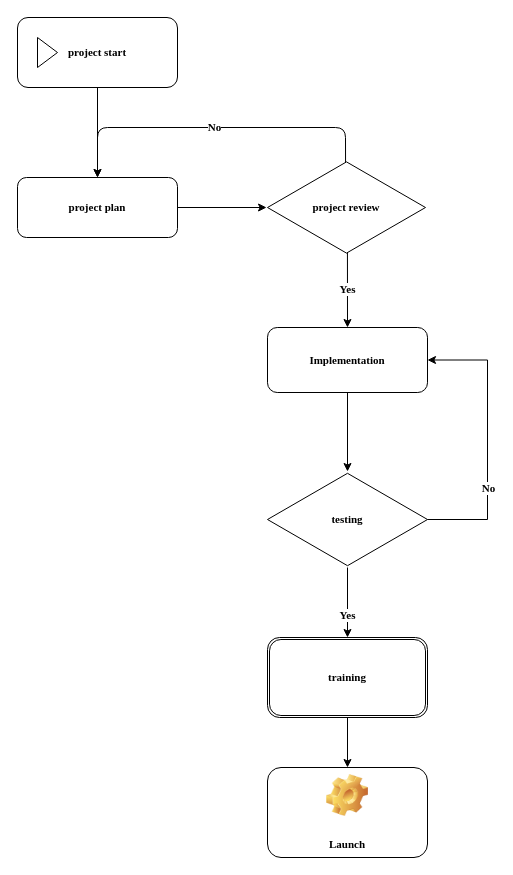
Above: Untitled Diagram.drawio in frankyzf/drawio (draw.io), before the change. Source tidied: cells renumbered, new cells numbered last; positions are measured from the earlier drawing's top-left corner, leaving out a move shared by most shapes. Both pictures are drawn from the tidied source at 100%, with x=0, y=0 at pixel (17, 17).
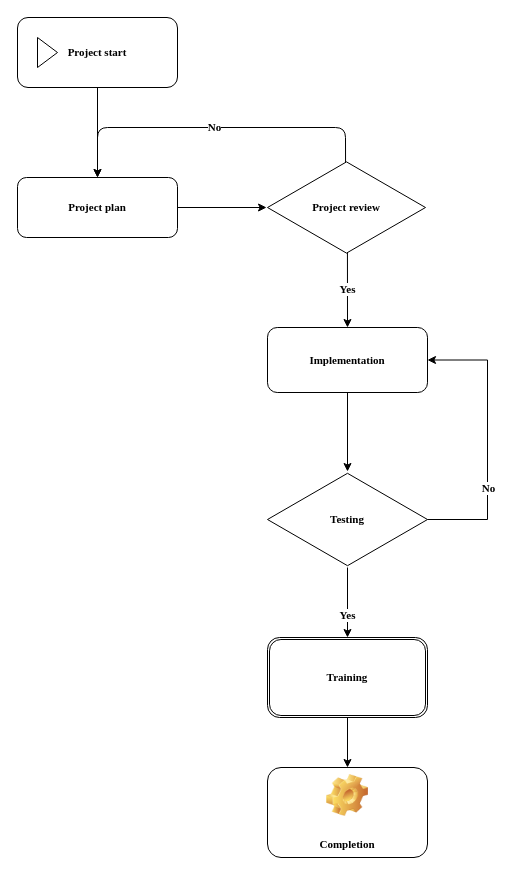
The same diagram, later.

Diff of the diagram source:
```diff
@@
-    <mxCell id="2" value="project plan" style="shape=ext;double=0;rounded=1;whiteSpace=wrap;html=1;fillColor=none;strokeColor=#000000;fontSize=11;fontFamily=Times New Roman;fontStyle=1;" parent="1" vertex="1">
+    <mxCell id="2" value="Project plan" style="shape=ext;double=0;rounded=1;whiteSpace=wrap;html=1;fillColor=none;strokeColor=#000000;fontSize=11;fontFamily=Times New Roman;fontStyle=1;" parent="1" vertex="1">
       <mxGeometry y="160" width="160" height="60" as="geometry" />
     </mxCell>
-    <mxCell id="3" value="project start" style="html=1;whiteSpace=wrap;rounded=1;fontSize=11;fontFamily=Times New Roman;fontStyle=1;" parent="1" vertex="1">
+    <mxCell id="3" value="Project start" style="html=1;whiteSpace=wrap;rounded=1;fontSize=11;fontFamily=Times New Roman;fontStyle=1;" parent="1" vertex="1">
       <mxGeometry width="160" height="70" as="geometry" />
     </mxCell>
@@
-    <mxCell id="5" value="project review" style="html=1;whiteSpace=wrap;shape=isoRectangle;fontSize=11;fontFamily=Times New Roman;fontStyle=1;" parent="1" vertex="1">
+    <mxCell id="5" value="Project review" style="html=1;whiteSpace=wrap;shape=isoRectangle;fontSize=11;fontFamily=Times New Roman;fontStyle=1;" parent="1" vertex="1">
       <mxGeometry x="250" y="142.5" width="158" height="95" as="geometry" />
     </mxCell>
@@
-    <mxCell id="12" value="testing" style="html=1;whiteSpace=wrap;shape=isoRectangle;rounded=1;strokeColor=#000000;fillColor=none;fontSize=11;fontFamily=Times New Roman;fontStyle=1;" parent="1" vertex="1">
+    <mxCell id="12" value="Testing" style="html=1;whiteSpace=wrap;shape=isoRectangle;rounded=1;strokeColor=#000000;fillColor=none;fontSize=11;fontFamily=Times New Roman;fontStyle=1;" parent="1" vertex="1">
       <mxGeometry x="250" y="454" width="160" height="96" as="geometry" />
     </mxCell>
-    <mxCell id="13" value="Launch" style="label;whiteSpace=wrap;html=1;align=center;verticalAlign=bottom;spacingLeft=0;spacingBottom=4;imageAlign=center;imageVerticalAlign=top;image=img/clipart/Gear_128x128.png;rounded=1;strokeColor=#000000;fillColor=none;fontSize=11;fontFamily=Times New Roman;fontStyle=1;" parent="1" vertex="1">
+    <mxCell id="13" value="Completion" style="label;whiteSpace=wrap;html=1;align=center;verticalAlign=bottom;spacingLeft=0;spacingBottom=4;imageAlign=center;imageVerticalAlign=top;image=img/clipart/Gear_128x128.png;rounded=1;strokeColor=#000000;fillColor=none;fontSize=11;fontFamily=Times New Roman;fontStyle=1;" parent="1" vertex="1">
       <mxGeometry x="250" y="750" width="160" height="90" as="geometry" />
     </mxCell>
@@
-    <mxCell id="15" value="training" style="shape=ext;double=1;rounded=1;whiteSpace=wrap;html=1;strokeColor=#000000;fillColor=none;fontSize=11;fontFamily=Times New Roman;fontStyle=1;" parent="1" vertex="1">
+    <mxCell id="15" value="Training" style="shape=ext;double=1;rounded=1;whiteSpace=wrap;html=1;strokeColor=#000000;fillColor=none;fontSize=11;fontFamily=Times New Roman;fontStyle=1;" parent="1" vertex="1">
       <mxGeometry x="250" y="620" width="160" height="80" as="geometry" />
     </mxCell>
```
